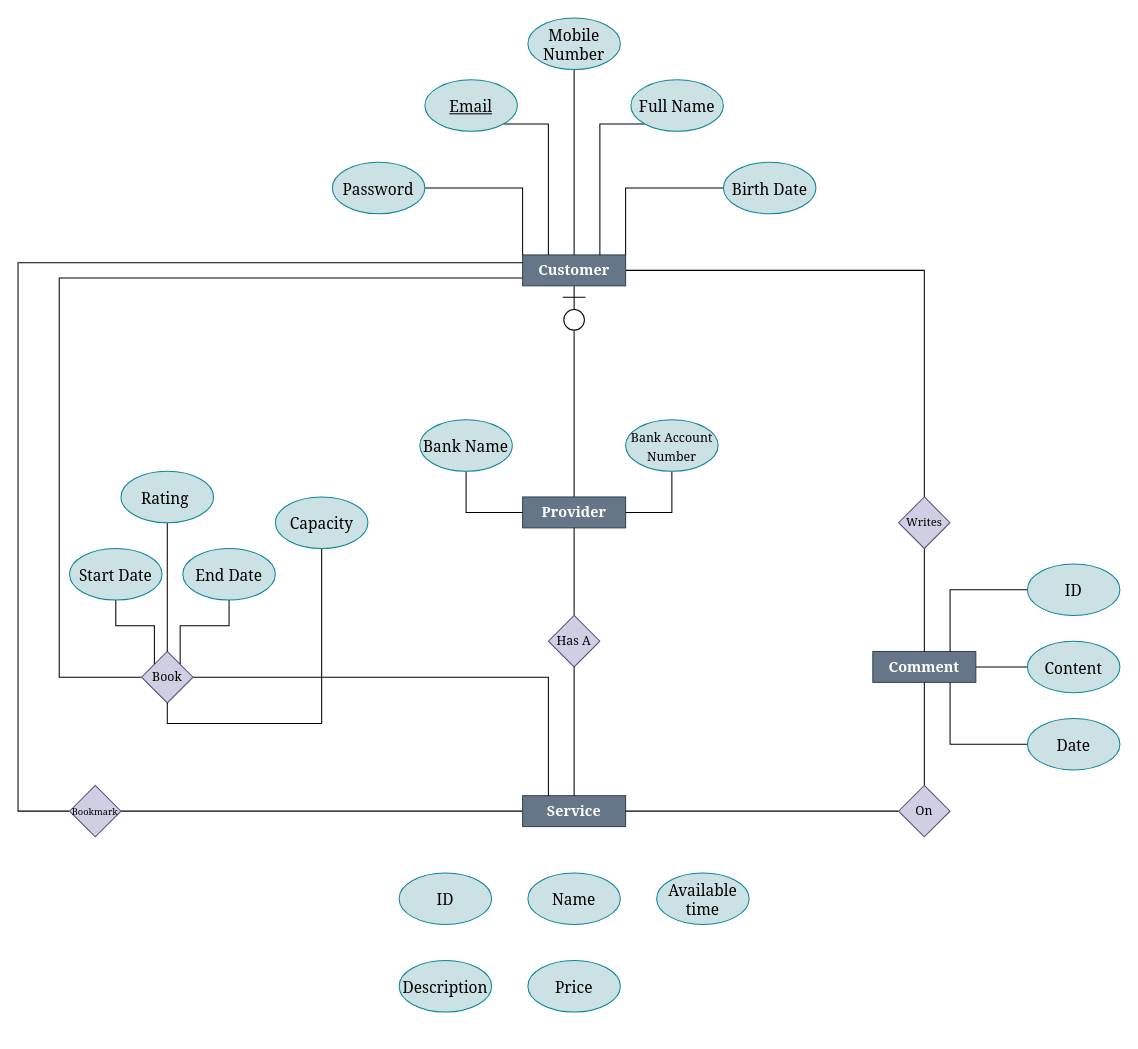
The draw.io diagram MSA.drawio in SALAHT4N/MSA, before the edit. Source tidied: cells renumbered, new cells numbered last; positions are measured from the earlier drawing's top-left corner, leaving out a move shared by most shapes. Both pictures are drawn from the tidied source at 103%, with x=0, y=0 at pixel (18, 18).
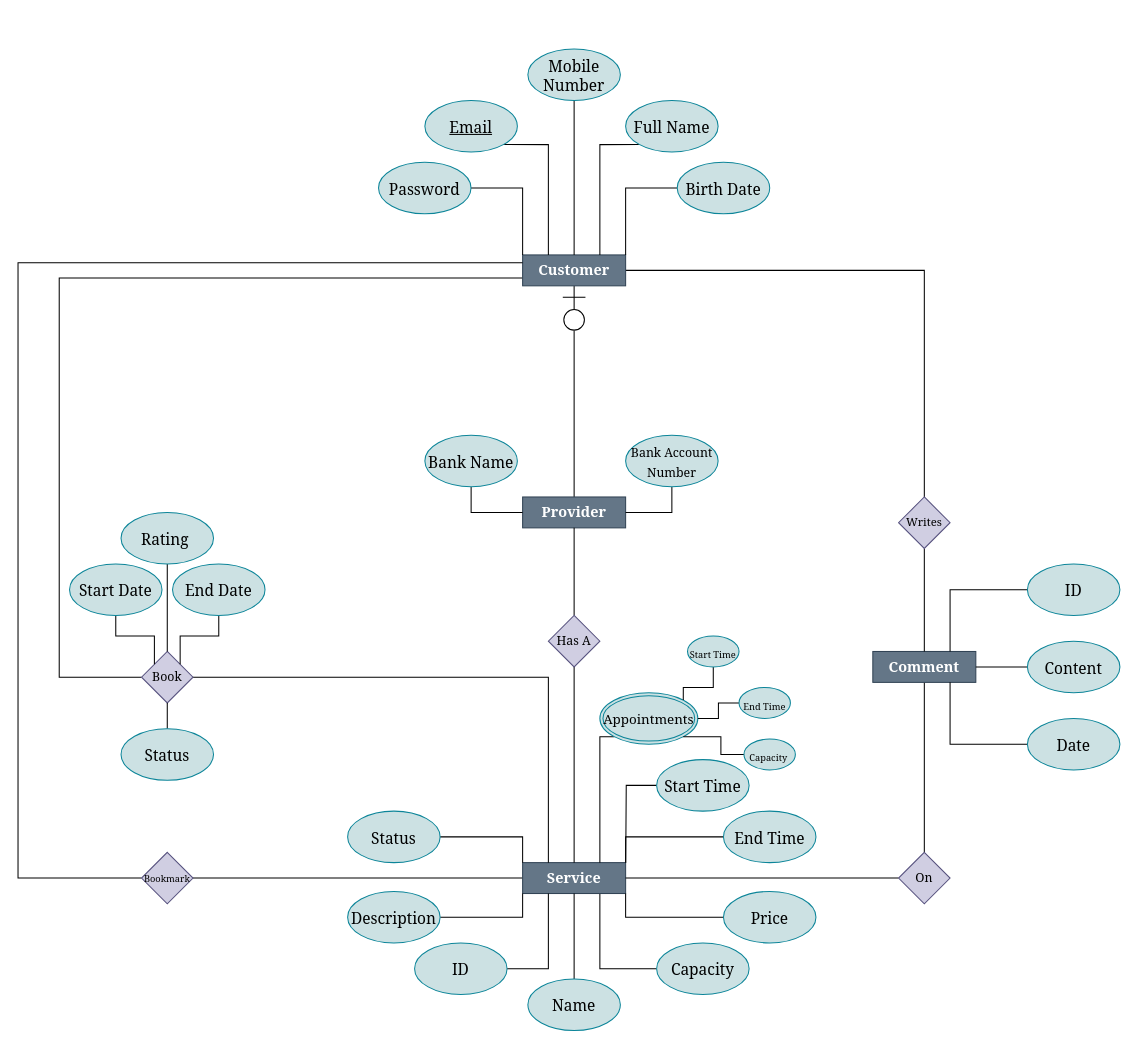
The same page after the edit.

Unchanged cells that the change refers to:
```xml
<mxCell id="9" value="Customer" style="rounded=0;whiteSpace=wrap;html=1;fillColor=#647687;strokeColor=#314354;fontColor=#ffffff;fontSize=14;fontStyle=1;fontFamily=Georgia;" parent="1" vertex="1">
  <mxGeometry x="489.9" y="230" width="100" height="30" as="geometry" />
</mxCell>
<mxCell id="16" value="Book" style="rhombus;whiteSpace=wrap;html=1;fillColor=#d0cee2;strokeColor=#56517e;fontStyle=0;fontFamily=Georgia;" parent="1" vertex="1">
  <mxGeometry x="119.9" y="615" width="50" height="50" as="geometry" />
</mxCell>
```

What changed in the source:
```diff
@@
+    <mxCell id="55" style="edgeStyle=orthogonalEdgeStyle;rounded=0;jettySize=auto;html=1;exitX=0.75;exitY=1;exitDx=0;exitDy=0;entryX=0;entryY=0.5;entryDx=0;entryDy=0;fontSize=13;endArrow=none;endFill=0;" parent="1" edge="1" source="5" target="53">
+      <mxGeometry relative="1" as="geometry" />
+    </mxCell>
     <mxCell id="5" value="Service" style="rounded=0;whiteSpace=wrap;html=1;fillColor=#647687;strokeColor=#314354;fontColor=#ffffff;fontSize=14;fontStyle=1;fontFamily=Georgia;" parent="1" vertex="1">
-      <mxGeometry x="489.9" y="755" width="100" height="30" as="geometry" />
+      <mxGeometry x="489.9" y="820" width="100" height="30" as="geometry" />
     </mxCell>
@@
     <mxCell id="11" style="edgeStyle=orthogonalEdgeStyle;rounded=0;jettySize=auto;html=1;exitX=0;exitY=0.5;exitDx=0;exitDy=0;fontFamily=Georgia;fontSize=15;startArrow=none;startFill=0;endArrow=none;endFill=0;entryX=0;entryY=0.25;entryDx=0;entryDy=0;fontStyle=0;" parent="1" edge="1" source="12" target="9">
       <mxGeometry relative="1" as="geometry">
         <Array as="points">
-          <mxPoint y="770" />
-          <mxPoint y="237" />
+          <mxPoint y="835" />
+          <mxPoint y="238" />
         </Array>
       </mxGeometry>
     </mxCell>
     <mxCell id="12" value="&lt;font style=&quot;font-size: 9px&quot;&gt;Bookmark&lt;/font&gt;" style="rhombus;whiteSpace=wrap;html=1;fillColor=#d0cee2;strokeColor=#56517e;fontStyle=0;fontFamily=Georgia;" parent="1" vertex="1">
-      <mxGeometry x="50" y="745" width="50" height="50" as="geometry" />
+      <mxGeometry x="119.9" y="810" width="50" height="50" as="geometry" />
     </mxCell>
@@
     <mxCell id="15" style="edgeStyle=orthogonalEdgeStyle;rounded=0;jettySize=auto;html=1;exitX=1;exitY=0.5;exitDx=0;exitDy=0;entryX=0.25;entryY=0;entryDx=0;entryDy=0;fontFamily=Georgia;fontSize=12;startArrow=none;startFill=0;endArrow=none;endFill=0;fontStyle=0;" parent="1" edge="1" source="16" target="5">
-      <mxGeometry relative="1" as="geometry" />
+      <mxGeometry relative="1" as="geometry">
+        <Array as="points">
+          <mxPoint x="515" y="640" />
+        </Array>
+      </mxGeometry>
     </mxCell>
@@
     <mxCell id="18" value="On" style="rhombus;whiteSpace=wrap;html=1;fillColor=#d0cee2;strokeColor=#56517e;fontStyle=0;fontFamily=Georgia;" parent="1" vertex="1">
-      <mxGeometry x="854.9" y="745" width="50" height="50" as="geometry" />
+      <mxGeometry x="854.9" y="810" width="50" height="50" as="geometry" />
     </mxCell>
     <mxCell id="19" style="edgeStyle=orthogonalEdgeStyle;rounded=0;jettySize=auto;html=1;exitX=0;exitY=1;exitDx=0;exitDy=0;entryX=0.75;entryY=0;entryDx=0;entryDy=0;fontFamily=Georgia;fontSize=12;startArrow=none;startFill=0;endArrow=none;endFill=0;startSize=20;sourcePerimeterSpacing=7;targetPerimeterSpacing=8;strokeColor=default;strokeWidth=1;" parent="1" edge="1" source="20" target="9">
-      <mxGeometry relative="1" as="geometry" />
+      <mxGeometry relative="1" as="geometry">
+        <Array as="points">
+          <mxPoint x="565" y="123" />
+        </Array>
+      </mxGeometry>
     </mxCell>
     <mxCell id="20" value="Full Name" style="ellipse;whiteSpace=wrap;html=1;fontFamily=Georgia;fontSize=15;strokeWidth=1;fillColor=#CCE1E3;strokeColor=#0c8599;gradientColor=none;fontStyle=0;" parent="1" vertex="1">
-      <mxGeometry x="595" y="60" width="89.8" height="50" as="geometry" />
+      <mxGeometry x="589.9" y="80" width="89.8" height="50" as="geometry" />
     </mxCell>
@@
     <mxCell id="22" value="Birth Date" style="ellipse;whiteSpace=wrap;html=1;fontFamily=Georgia;fontSize=15;strokeWidth=1;fillColor=#CCE1E3;strokeColor=#0c8599;gradientColor=none;fontStyle=0;" parent="1" vertex="1">
-      <mxGeometry x="684.9" y="140" width="89.8" height="50" as="geometry" />
+      <mxGeometry x="640" y="140" width="89.8" height="50" as="geometry" />
     </mxCell>
     <mxCell id="23" style="edgeStyle=orthogonalEdgeStyle;rounded=0;jettySize=auto;html=1;exitX=1;exitY=1;exitDx=0;exitDy=0;entryX=0.25;entryY=0;entryDx=0;entryDy=0;fontFamily=Georgia;fontSize=12;startArrow=none;startFill=0;endArrow=none;endFill=0;startSize=20;sourcePerimeterSpacing=7;targetPerimeterSpacing=8;strokeColor=default;strokeWidth=1;" parent="1" edge="1" source="24" target="9">
-      <mxGeometry relative="1" as="geometry" />
+      <mxGeometry relative="1" as="geometry">
+        <Array as="points">
+          <mxPoint x="515" y="123" />
+        </Array>
+      </mxGeometry>
     </mxCell>
     <mxCell id="24" value="Email" style="ellipse;whiteSpace=wrap;html=1;fontFamily=Georgia;fontSize=15;strokeWidth=1;fillColor=#CCE1E3;strokeColor=#0c8599;gradientColor=none;verticalAlign=middle;fontStyle=4;" parent="1" vertex="1">
-      <mxGeometry x="395" y="60" width="89.8" height="50" as="geometry" />
+      <mxGeometry x="395" y="80" width="89.8" height="50" as="geometry" />
     </mxCell>
@@
     <mxCell id="26" value="Mobile Number" style="ellipse;whiteSpace=wrap;html=1;fontFamily=Georgia;fontSize=15;strokeWidth=1;fillColor=#CCE1E3;strokeColor=#0c8599;gradientColor=none;fontStyle=0;" parent="1" vertex="1">
-      <mxGeometry x="495" width="89.8" height="50" as="geometry" />
+      <mxGeometry x="495" y="30" width="89.8" height="50" as="geometry" />
     </mxCell>
@@
     <mxCell id="28" value="Password" style="ellipse;whiteSpace=wrap;html=1;fontFamily=Georgia;fontSize=15;strokeWidth=1;fillColor=#CCE1E3;strokeColor=#0c8599;gradientColor=none;fontStyle=0;" parent="1" vertex="1">
-      <mxGeometry x="305.2" y="140" width="89.8" height="50" as="geometry" />
+      <mxGeometry x="350" y="140" width="89.8" height="50" as="geometry" />
     </mxCell>
@@
     <mxCell id="30" value="Bank Name" style="ellipse;whiteSpace=wrap;html=1;fontFamily=Georgia;fontSize=15;strokeWidth=1;fillColor=#CCE1E3;strokeColor=#0c8599;gradientColor=none;fontStyle=0;" parent="1" vertex="1">
-      <mxGeometry x="390.1" y="390" width="89.8" height="50" as="geometry" />
+      <mxGeometry x="395" y="405" width="89.8" height="50" as="geometry" />
     </mxCell>
@@
     <mxCell id="32" value="&lt;font style=&quot;font-size: 12px&quot;&gt;Bank Account Number&lt;/font&gt;" style="ellipse;whiteSpace=wrap;html=1;fontFamily=Georgia;fontSize=15;strokeWidth=1;fillColor=#CCE1E3;strokeColor=#0c8599;gradientColor=none;fontStyle=0;" parent="1" vertex="1">
-      <mxGeometry x="589.9" y="390" width="89.8" height="50" as="geometry" />
+      <mxGeometry x="589.9" y="405" width="89.8" height="50" as="geometry" />
     </mxCell>
@@
     <mxCell id="43" value="Start Date" style="ellipse;whiteSpace=wrap;html=1;fontFamily=Georgia;fontSize=15;strokeWidth=1;fillColor=#CCE1E3;strokeColor=#0c8599;gradientColor=none;fontStyle=0;" parent="1" vertex="1">
-      <mxGeometry x="50" y="515" width="89.8" height="50" as="geometry" />
+      <mxGeometry x="50" y="530" width="89.8" height="50" as="geometry" />
     </mxCell>
     <mxCell id="44" style="edgeStyle=orthogonalEdgeStyle;rounded=0;jettySize=auto;html=1;exitX=0.5;exitY=1;exitDx=0;exitDy=0;entryX=1;entryY=0;entryDx=0;entryDy=0;fontFamily=Georgia;fontSize=12;startArrow=none;startFill=0;endArrow=none;endFill=0;startSize=20;sourcePerimeterSpacing=7;targetPerimeterSpacing=8;strokeColor=default;strokeWidth=1;" parent="1" edge="1" source="45" target="16">
-      <mxGeometry relative="1" as="geometry" />
+      <mxGeometry relative="1" as="geometry">
+        <Array as="points">
+          <mxPoint x="195" y="600" />
+          <mxPoint x="157" y="600" />
+        </Array>
+      </mxGeometry>
     </mxCell>
     <mxCell id="45" value="End Date" style="ellipse;whiteSpace=wrap;html=1;fontFamily=Georgia;fontSize=15;strokeWidth=1;fillColor=#CCE1E3;strokeColor=#0c8599;gradientColor=none;fontStyle=0;" parent="1" vertex="1">
-      <mxGeometry x="160" y="515" width="89.8" height="50" as="geometry" />
+      <mxGeometry x="150" y="530" width="89.8" height="50" as="geometry" />
     </mxCell>
@@
     <mxCell id="47" value="Rating&amp;nbsp;" style="ellipse;whiteSpace=wrap;html=1;fontFamily=Georgia;fontSize=15;strokeWidth=1;fillColor=#CCE1E3;strokeColor=#0c8599;gradientColor=none;fontStyle=0;" parent="1" vertex="1">
-      <mxGeometry x="100" y="440" width="89.8" height="50" as="geometry" />
+      <mxGeometry x="100" y="480" width="89.8" height="50" as="geometry" />
     </mxCell>
+    <mxCell id="56" style="edgeStyle=orthogonalEdgeStyle;rounded=0;jettySize=auto;html=1;exitX=1;exitY=0.5;exitDx=0;exitDy=0;entryX=0.25;entryY=1;entryDx=0;entryDy=0;endArrow=none;endFill=0;" parent="1" edge="1" source="48" target="5">
+      <mxGeometry relative="1" as="geometry" />
+    </mxCell>
     <mxCell id="48" value="ID" style="ellipse;whiteSpace=wrap;html=1;fontFamily=Georgia;fontSize=15;strokeWidth=1;fillColor=#CCE1E3;strokeColor=#0c8599;gradientColor=none;fontStyle=0;" parent="1" vertex="1">
-      <mxGeometry x="370" y="830" width="89.8" height="50" as="geometry" />
+      <mxGeometry x="385" y="898" width="89.8" height="50" as="geometry" />
     </mxCell>
+    <mxCell id="57" style="edgeStyle=orthogonalEdgeStyle;rounded=0;jettySize=auto;html=1;exitX=0.5;exitY=0;exitDx=0;exitDy=0;entryX=0.5;entryY=1;entryDx=0;entryDy=0;endArrow=none;endFill=0;" parent="1" edge="1" source="49" target="5">
+      <mxGeometry relative="1" as="geometry" />
+    </mxCell>
     <mxCell id="49" value="Name" style="ellipse;whiteSpace=wrap;html=1;fontFamily=Georgia;fontSize=15;strokeWidth=1;fillColor=#CCE1E3;strokeColor=#0c8599;gradientColor=none;fontStyle=0;" parent="1" vertex="1">
-      <mxGeometry x="495" y="830" width="89.8" height="50" as="geometry" />
+      <mxGeometry x="495" y="933" width="89.8" height="50" as="geometry" />
     </mxCell>
+    <mxCell id="58" style="edgeStyle=orthogonalEdgeStyle;rounded=0;jettySize=auto;html=1;exitX=1;exitY=0.5;exitDx=0;exitDy=0;entryX=0;entryY=1;entryDx=0;entryDy=0;endArrow=none;endFill=0;" parent="1" edge="1" source="50" target="5">
+      <mxGeometry relative="1" as="geometry" />
+    </mxCell>
     <mxCell id="50" value="Description" style="ellipse;whiteSpace=wrap;html=1;fontFamily=Georgia;fontSize=15;strokeWidth=1;fillColor=#CCE1E3;strokeColor=#0c8599;gradientColor=none;fontStyle=0;" parent="1" vertex="1">
-      <mxGeometry x="370" y="915" width="89.8" height="50" as="geometry" />
+      <mxGeometry x="320" y="848" width="89.8" height="50" as="geometry" />
     </mxCell>
+    <mxCell id="59" style="edgeStyle=orthogonalEdgeStyle;rounded=0;jettySize=auto;html=1;exitX=0;exitY=0.5;exitDx=0;exitDy=0;entryX=1;entryY=1;entryDx=0;entryDy=0;endArrow=none;endFill=0;" parent="1" edge="1" source="51" target="5">
+      <mxGeometry relative="1" as="geometry" />
+    </mxCell>
     <mxCell id="51" value="Price" style="ellipse;whiteSpace=wrap;html=1;fontFamily=Georgia;fontSize=15;strokeWidth=1;fillColor=#CCE1E3;strokeColor=#0c8599;gradientColor=none;fontStyle=0;" parent="1" vertex="1">
-      <mxGeometry x="495" y="915" width="89.8" height="50" as="geometry" />
+      <mxGeometry x="684.9" y="848" width="89.8" height="50" as="geometry" />
     </mxCell>
-    <mxCell id="52" style="edgeStyle=orthogonalEdgeStyle;rounded=0;jettySize=auto;html=1;exitX=0.5;exitY=1;exitDx=0;exitDy=0;entryX=0.5;entryY=1;entryDx=0;entryDy=0;fontFamily=Georgia;fontSize=15;startArrow=none;startFill=0;endArrow=none;endFill=0;startSize=20;sourcePerimeterSpacing=7;targetPerimeterSpacing=8;strokeColor=default;strokeWidth=1;" parent="1" edge="1" source="53" target="16">
-      <mxGeometry relative="1" as="geometry" />
-    </mxCell>
+    <mxCell id="60" style="edgeStyle=orthogonalEdgeStyle;rounded=0;jettySize=auto;html=1;exitX=0.5;exitY=0;exitDx=0;exitDy=0;entryX=0.5;entryY=1;entryDx=0;entryDy=0;endArrow=none;endFill=0;" parent="1" edge="1" source="61" target="16">
+      <mxGeometry relative="1" as="geometry" />
+    </mxCell>
+    <mxCell id="61" value="Status" style="ellipse;whiteSpace=wrap;html=1;fontFamily=Georgia;fontSize=15;strokeWidth=1;fillColor=#CCE1E3;strokeColor=#0c8599;gradientColor=none;fontStyle=0;" parent="1" vertex="1">
+      <mxGeometry x="100" y="690" width="89.8" height="50" as="geometry" />
+    </mxCell>
     <mxCell id="53" value="&lt;font style=&quot;font-size: 15px&quot;&gt;Capacity&lt;/font&gt;" style="ellipse;whiteSpace=wrap;html=1;fontFamily=Georgia;fontSize=15;strokeWidth=1;fillColor=#CCE1E3;strokeColor=#0c8599;gradientColor=none;fontStyle=0;" parent="1" vertex="1">
-      <mxGeometry x="249.9" y="465" width="89.8" height="50" as="geometry" />
+      <mxGeometry x="620" y="898" width="89.8" height="50" as="geometry" />
     </mxCell>
-    <mxCell id="54" value="Available time" style="ellipse;whiteSpace=wrap;html=1;fontFamily=Georgia;fontSize=15;strokeWidth=1;fillColor=#CCE1E3;strokeColor=#0c8599;gradientColor=none;fontStyle=0;" parent="1" vertex="1">
-      <mxGeometry x="620" y="830" width="89.8" height="50" as="geometry" />
-    </mxCell>
+    <mxCell id="62" style="edgeStyle=orthogonalEdgeStyle;rounded=0;jettySize=auto;html=1;exitX=0;exitY=1;exitDx=0;exitDy=0;entryX=0.75;entryY=0;entryDx=0;entryDy=0;endArrow=none;endFill=0;" parent="1" edge="1" source="63" target="5">
+      <mxGeometry relative="1" as="geometry">
+        <Array as="points">
+          <mxPoint x="565" y="698" />
+        </Array>
+      </mxGeometry>
+    </mxCell>
+    <mxCell id="63" value="&lt;span style=&quot;font-family: &amp;#34;georgia&amp;#34;&quot;&gt;&lt;font style=&quot;font-size: 13px&quot;&gt;Appointments&lt;/font&gt;&lt;/span&gt;" style="ellipse;shape=doubleEllipse;margin=3;whiteSpace=wrap;html=1;align=center;fontSize=15;fontFamily=Georgia;fillColor=#CCE1E3;strokeColor=#0c8599;strokeWidth=1;gradientColor=none;fontStyle=0;" parent="1" vertex="1">
+      <mxGeometry x="564.9" y="655" width="95.1" height="50" as="geometry" />
+    </mxCell>
+    <mxCell id="64" style="edgeStyle=orthogonalEdgeStyle;rounded=0;jettySize=auto;html=1;exitX=0;exitY=0.5;exitDx=0;exitDy=0;endArrow=none;endFill=0;" parent="1" edge="1" source="65">
+      <mxGeometry relative="1" as="geometry">
+        <mxPoint x="590" y="820" as="targetPoint" />
+      </mxGeometry>
+    </mxCell>
+    <mxCell id="65" value="Start Time" style="ellipse;whiteSpace=wrap;html=1;fontFamily=Georgia;fontSize=15;strokeWidth=1;fillColor=#CCE1E3;strokeColor=#0c8599;gradientColor=none;fontStyle=0;" parent="1" vertex="1">
+      <mxGeometry x="620" y="720" width="89.8" height="50" as="geometry" />
+    </mxCell>
+    <mxCell id="66" style="edgeStyle=orthogonalEdgeStyle;rounded=0;jettySize=auto;html=1;exitX=0;exitY=0.5;exitDx=0;exitDy=0;entryX=1;entryY=0;entryDx=0;entryDy=0;endArrow=none;endFill=0;" parent="1" edge="1" source="67" target="5">
+      <mxGeometry relative="1" as="geometry" />
+    </mxCell>
+    <mxCell id="67" value="End Time" style="ellipse;whiteSpace=wrap;html=1;fontFamily=Georgia;fontSize=15;strokeWidth=1;fillColor=#CCE1E3;strokeColor=#0c8599;gradientColor=none;fontStyle=0;" parent="1" vertex="1">
+      <mxGeometry x="684.9" y="770" width="89.8" height="50" as="geometry" />
+    </mxCell>
+    <mxCell id="68" style="edgeStyle=orthogonalEdgeStyle;rounded=0;jettySize=auto;html=1;exitX=1;exitY=0.5;exitDx=0;exitDy=0;entryX=0;entryY=0;entryDx=0;entryDy=0;endArrow=none;endFill=0;" parent="1" edge="1" source="69" target="5">
+      <mxGeometry relative="1" as="geometry" />
+    </mxCell>
+    <mxCell id="69" value="Status" style="ellipse;whiteSpace=wrap;html=1;fontFamily=Georgia;fontSize=15;strokeWidth=1;fillColor=#CCE1E3;strokeColor=#0c8599;gradientColor=none;fontStyle=0;" parent="1" vertex="1">
+      <mxGeometry x="320" y="770" width="89.8" height="50" as="geometry" />
+    </mxCell>
+    <mxCell id="70" style="edgeStyle=orthogonalEdgeStyle;rounded=0;jettySize=auto;html=1;exitX=0.5;exitY=1;exitDx=0;exitDy=0;entryX=1;entryY=0;entryDx=0;entryDy=0;fontSize=9;endArrow=none;endFill=0;" parent="1" edge="1" source="71" target="63">
+      <mxGeometry relative="1" as="geometry" />
+    </mxCell>
+    <mxCell id="71" value="&lt;font style=&quot;font-size: 9px&quot;&gt;Start Time&lt;/font&gt;" style="ellipse;whiteSpace=wrap;html=1;fontFamily=Georgia;fontSize=15;strokeWidth=1;fillColor=#CCE1E3;strokeColor=#0c8599;gradientColor=none;fontStyle=0;" parent="1" vertex="1">
+      <mxGeometry x="650" y="600" width="50" height="30" as="geometry" />
+    </mxCell>
+    <mxCell id="72" style="edgeStyle=orthogonalEdgeStyle;rounded=0;jettySize=auto;html=1;exitX=0;exitY=0.5;exitDx=0;exitDy=0;entryX=1;entryY=0.5;entryDx=0;entryDy=0;fontSize=9;endArrow=none;endFill=0;" parent="1" edge="1" source="73" target="63">
+      <mxGeometry relative="1" as="geometry" />
+    </mxCell>
+    <mxCell id="73" value="&lt;span style=&quot;font-size: 9px&quot;&gt;End Time&lt;/span&gt;" style="ellipse;whiteSpace=wrap;html=1;fontFamily=Georgia;fontSize=15;strokeWidth=1;fillColor=#CCE1E3;strokeColor=#0c8599;gradientColor=none;fontStyle=0;" parent="1" vertex="1">
+      <mxGeometry x="700" y="650" width="49.9" height="30" as="geometry" />
+    </mxCell>
+    <mxCell id="74" style="edgeStyle=orthogonalEdgeStyle;rounded=0;jettySize=auto;html=1;exitX=0;exitY=0.5;exitDx=0;exitDy=0;entryX=1;entryY=1;entryDx=0;entryDy=0;fontSize=13;endArrow=none;endFill=0;" parent="1" edge="1" source="75" target="63">
+      <mxGeometry relative="1" as="geometry" />
+    </mxCell>
+    <mxCell id="75" value="&lt;span style=&quot;font-size: 9px&quot;&gt;Capacity&amp;nbsp;&lt;/span&gt;" style="ellipse;whiteSpace=wrap;html=1;fontFamily=Georgia;fontSize=15;strokeWidth=1;fillColor=#CCE1E3;strokeColor=#0c8599;gradientColor=none;fontStyle=0;" parent="1" vertex="1">
+      <mxGeometry x="704.8" y="700" width="49.9" height="30" as="geometry" />
+    </mxCell>
```
